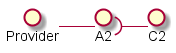
The PlantUML diagram JavaUMLParser/src/test/resources/Test-Case-0/output.png in MeenakshiParyani/CMPE-202, before a commit.
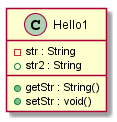
The same diagram one commit later.

The edit, as a diff of the source:
```diff
@@ -1,4 +1,9 @@
 @startuml
-Provider - A2
- A2 )- C2
+class Hello1 {
+ -str : String
+ +str2 : String
+ +getStr : String()
+ +setStr : void()
+}
+
 @enduml
```
